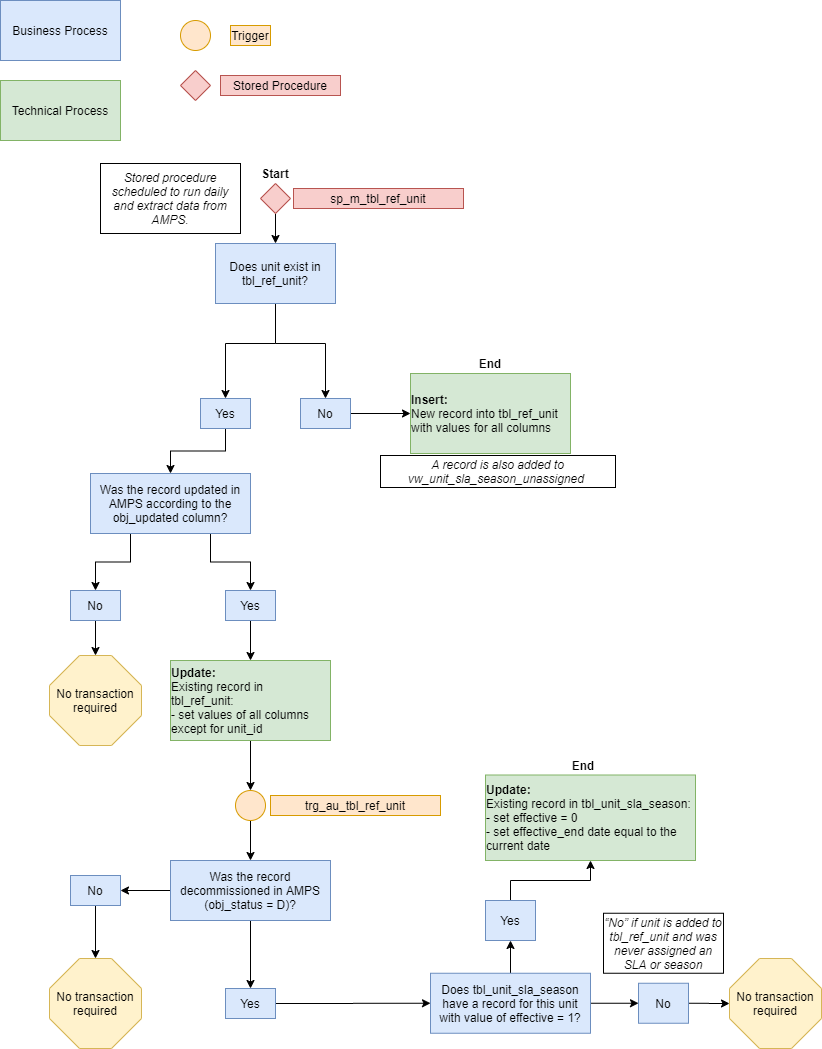
Before: images/diagram4.png, a diagram exported from draw.io (NYC-Parks/SLADB). Source tidied: cells renumbered, new cells last; positions are measured from the earlier drawing's top-left corner, leaving out a move shared by most shapes.
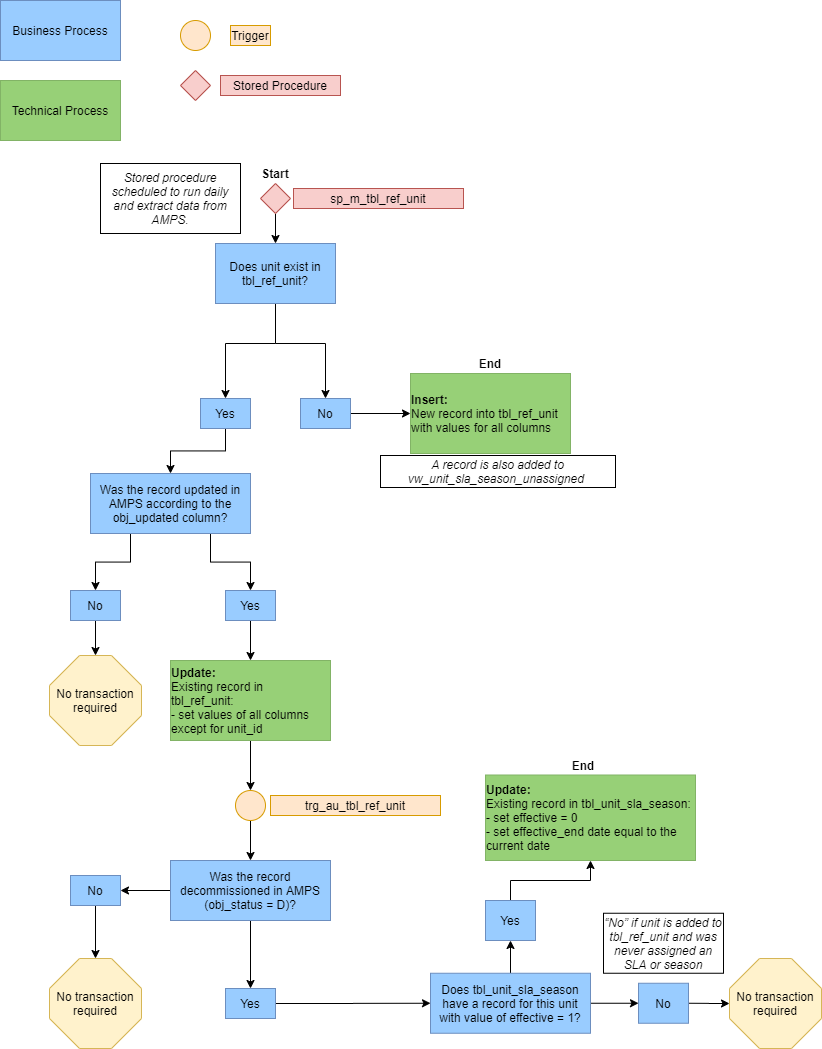
After the change.

Change to the diagram source:
```diff
@@ -8,13 +8,13 @@
     <mxCell id="3" style="edgeStyle=orthogonalEdgeStyle;rounded=0;jettySize=auto;html=1;exitX=0;exitY=0.5;exitDx=0;exitDy=0;entryX=1;entryY=0.5;entryDx=0;entryDy=0;" parent="1" edge="1" source="4" target="48">
       <mxGeometry relative="1" as="geometry" />
     </mxCell>
-    <mxCell id="4" value="Was the record decommissioned in AMPS (obj_status = D)?" style="rounded=0;whiteSpace=wrap;html=1;fontSize=12;glass=0;strokeWidth=1;shadow=0;fillColor=#dae8fc;strokeColor=#6c8ebf;" parent="1" vertex="1">
+    <mxCell id="4" value="Was the record decommissioned in AMPS (obj_status = D)?" style="rounded=0;whiteSpace=wrap;html=1;fontSize=12;glass=0;strokeWidth=1;shadow=0;fillColor=#99CCFF;strokeColor=#6c8ebf;" parent="1" vertex="1">
       <mxGeometry x="170" y="860" width="160" height="60" as="geometry" />
     </mxCell>
-    <mxCell id="5" value="Business Process" style="rounded=0;whiteSpace=wrap;html=1;fillColor=#dae8fc;strokeColor=#6c8ebf;" parent="1" vertex="1">
+    <mxCell id="5" value="Business Process" style="rounded=0;whiteSpace=wrap;html=1;fillColor=#99CCFF;strokeColor=#6c8ebf;" parent="1" vertex="1">
       <mxGeometry width="120" height="60" as="geometry" />
     </mxCell>
-    <mxCell id="6" value="Technical Process" style="rounded=0;whiteSpace=wrap;html=1;fillColor=#d5e8d4;strokeColor=#82b366;" parent="1" vertex="1">
+    <mxCell id="6" value="Technical Process" style="rounded=0;whiteSpace=wrap;html=1;fillColor=#97D077;strokeColor=#82b366;" parent="1" vertex="1">
       <mxGeometry y="80" width="120" height="60" as="geometry" />
     </mxCell>
     <mxCell id="7" style="ellipse;whiteSpace=wrap;html=1;fillColor=#ffe6cc;strokeColor=#d79b00;" parent="1" vertex="1">
@@ -37,13 +37,13 @@
     <mxCell id="12" style="edgeStyle=orthogonalEdgeStyle;rounded=0;jettySize=auto;html=1;exitX=0.5;exitY=1;exitDx=0;exitDy=0;entryX=0.5;entryY=0;entryDx=0;entryDy=0;" parent="1" edge="1" source="13" target="41">
       <mxGeometry relative="1" as="geometry" />
     </mxCell>
-    <mxCell id="13" value="Yes" style="rounded=0;whiteSpace=wrap;html=1;fillColor=#dae8fc;strokeColor=#6c8ebf;" parent="1" vertex="1">
+    <mxCell id="13" value="Yes" style="rounded=0;whiteSpace=wrap;html=1;fillColor=#99CCFF;strokeColor=#6c8ebf;" parent="1" vertex="1">
       <mxGeometry x="200" y="398" width="50" height="30" as="geometry" />
     </mxCell>
     <mxCell id="14" style="edgeStyle=orthogonalEdgeStyle;rounded=0;jettySize=auto;html=1;exitX=1;exitY=0.5;exitDx=0;exitDy=0;entryX=0;entryY=0.5;entryDx=0;entryDy=0;" parent="1" edge="1" source="15" target="36">
       <mxGeometry relative="1" as="geometry" />
     </mxCell>
-    <mxCell id="15" value="No" style="rounded=0;whiteSpace=wrap;html=1;fillColor=#dae8fc;strokeColor=#6c8ebf;" parent="1" vertex="1">
+    <mxCell id="15" value="No" style="rounded=0;whiteSpace=wrap;html=1;fillColor=#99CCFF;strokeColor=#6c8ebf;" parent="1" vertex="1">
       <mxGeometry x="300" y="398" width="50" height="30" as="geometry" />
     </mxCell>
     <mxCell id="16" style="edgeStyle=orthogonalEdgeStyle;rounded=0;jettySize=auto;html=1;entryX=0.5;entryY=0;entryDx=0;entryDy=0;exitX=0.5;exitY=1;exitDx=0;exitDy=0;" parent="1" edge="1" source="18" target="13">
@@ -57,7 +57,7 @@
     <mxCell id="17" value="trg_au_tbl_ref_unit" style="text;html=1;strokeColor=#d79b00;fillColor=#ffe6cc;align=center;verticalAlign=middle;whiteSpace=wrap;rounded=0;" parent="1" vertex="1">
       <mxGeometry x="270" y="795" width="170" height="20" as="geometry" />
     </mxCell>
-    <mxCell id="18" value="Does unit exist in tbl_ref_unit?" style="rounded=0;whiteSpace=wrap;html=1;fillColor=#dae8fc;strokeColor=#6c8ebf;" parent="1" vertex="1">
+    <mxCell id="18" value="Does unit exist in tbl_ref_unit?" style="rounded=0;whiteSpace=wrap;html=1;fillColor=#99CCFF;strokeColor=#6c8ebf;" parent="1" vertex="1">
       <mxGeometry x="215" y="243" width="120" height="60" as="geometry" />
     </mxCell>
     <mxCell id="19" style="edgeStyle=orthogonalEdgeStyle;rounded=0;jettySize=auto;html=1;" parent="1" edge="1" source="21" target="23">
@@ -66,25 +66,25 @@
     <mxCell id="20" style="edgeStyle=orthogonalEdgeStyle;rounded=0;jettySize=auto;html=1;exitX=1;exitY=0.5;exitDx=0;exitDy=0;entryX=0;entryY=0.5;entryDx=0;entryDy=0;" parent="1" edge="1" source="21" target="25">
       <mxGeometry relative="1" as="geometry" />
     </mxCell>
-    <mxCell id="21" value="Does tbl_unit_sla_season have a record for this unit with value of effective = 1?" style="rounded=0;whiteSpace=wrap;html=1;fillColor=#dae8fc;strokeColor=#6c8ebf;" parent="1" vertex="1">
+    <mxCell id="21" value="Does tbl_unit_sla_season have a record for this unit with value of effective = 1?" style="rounded=0;whiteSpace=wrap;html=1;fillColor=#99CCFF;strokeColor=#6c8ebf;" parent="1" vertex="1">
       <mxGeometry x="430" y="972.8" width="160" height="60" as="geometry" />
     </mxCell>
     <mxCell id="22" style="edgeStyle=orthogonalEdgeStyle;rounded=0;jettySize=auto;html=1;exitX=0.5;exitY=0;exitDx=0;exitDy=0;" parent="1" edge="1" source="23" target="27">
       <mxGeometry relative="1" as="geometry" />
     </mxCell>
-    <mxCell id="23" value="Yes" style="rounded=0;whiteSpace=wrap;html=1;fillColor=#dae8fc;strokeColor=#6c8ebf;" parent="1" vertex="1">
+    <mxCell id="23" value="Yes" style="rounded=0;whiteSpace=wrap;html=1;fillColor=#99CCFF;strokeColor=#6c8ebf;" parent="1" vertex="1">
       <mxGeometry x="485" y="900" width="50" height="40" as="geometry" />
     </mxCell>
     <mxCell id="24" style="edgeStyle=orthogonalEdgeStyle;rounded=0;jettySize=auto;html=1;exitX=1;exitY=0.5;exitDx=0;exitDy=0;entryX=0;entryY=0.5;entryDx=0;entryDy=0;entryPerimeter=0;" parent="1" edge="1" source="25" target="26">
       <mxGeometry relative="1" as="geometry" />
     </mxCell>
-    <mxCell id="25" value="No" style="rounded=0;whiteSpace=wrap;html=1;fillColor=#dae8fc;strokeColor=#6c8ebf;" parent="1" vertex="1">
+    <mxCell id="25" value="No" style="rounded=0;whiteSpace=wrap;html=1;fillColor=#99CCFF;strokeColor=#6c8ebf;" parent="1" vertex="1">
       <mxGeometry x="638" y="982.8" width="50" height="40" as="geometry" />
     </mxCell>
     <mxCell id="26" value="No transaction required" style="whiteSpace=wrap;html=1;shape=mxgraph.basic.octagon2;align=center;verticalAlign=middle;dx=15;fillColor=#fff2cc;strokeColor=#d6b656;" parent="1" vertex="1">
       <mxGeometry x="729" y="958" width="92" height="90" as="geometry" />
     </mxCell>
-    <mxCell id="27" value="&lt;div style=&quot;text-align: left&quot;&gt;&lt;b&gt;Update:&lt;/b&gt;&lt;/div&gt;&lt;div style=&quot;text-align: left&quot;&gt;Existing record in tbl_unit_sla_season:&lt;/div&gt;&lt;div style=&quot;text-align: left&quot;&gt;- set effective = 0&lt;/div&gt;&lt;div style=&quot;text-align: left&quot;&gt;- set effective_end date equal to the current date&lt;/div&gt;" style="rounded=0;whiteSpace=wrap;html=1;fillColor=#d5e8d4;strokeColor=#82b366;" parent="1" vertex="1">
+    <mxCell id="27" value="&lt;div style=&quot;text-align: left&quot;&gt;&lt;b&gt;Update:&lt;/b&gt;&lt;/div&gt;&lt;div style=&quot;text-align: left&quot;&gt;Existing record in tbl_unit_sla_season:&lt;/div&gt;&lt;div style=&quot;text-align: left&quot;&gt;- set effective = 0&lt;/div&gt;&lt;div style=&quot;text-align: left&quot;&gt;- set effective_end date equal to the current date&lt;/div&gt;" style="rounded=0;whiteSpace=wrap;html=1;fillColor=#97D077;strokeColor=#82b366;" parent="1" vertex="1">
       <mxGeometry x="485" y="774.5" width="210" height="85.5" as="geometry" />
     </mxCell>
     <mxCell id="28" value="&lt;span id=&quot;docs-internal-guid-cab402d8-7fff-18fc-b851-d093ed2a1515&quot;&gt;&lt;span style=&quot;font-family: &amp;#34;arial&amp;#34; ; background-color: transparent ; vertical-align: baseline&quot;&gt;&lt;font style=&quot;font-size: 12px&quot;&gt;&lt;i&gt;A record is also added to vw_unit_sla_season_unassigned&amp;nbsp;&lt;/i&gt;&lt;/font&gt;&lt;/span&gt;&lt;/span&gt;" style="rounded=0;whiteSpace=wrap;html=1;fillColor=none;" parent="1" vertex="1">
@@ -108,10 +108,10 @@
     <mxCell id="34" style="edgeStyle=orthogonalEdgeStyle;rounded=0;jettySize=auto;html=1;exitX=0.5;exitY=1;exitDx=0;exitDy=0;entryX=0.5;entryY=0;entryDx=0;entryDy=0;" parent="1" edge="1" source="35" target="38">
       <mxGeometry relative="1" as="geometry" />
     </mxCell>
-    <mxCell id="35" value="&lt;div style=&quot;text-align: left&quot;&gt;&lt;b&gt;Update:&lt;/b&gt;&lt;/div&gt;&lt;div style=&quot;text-align: left&quot;&gt;Existing record in tbl_ref_unit:&lt;/div&gt;&lt;div style=&quot;text-align: left&quot;&gt;- set values of all columns except for unit_id&lt;/div&gt;" style="rounded=0;whiteSpace=wrap;html=1;fillColor=#d5e8d4;strokeColor=#82b366;" parent="1" vertex="1">
+    <mxCell id="35" value="&lt;div style=&quot;text-align: left&quot;&gt;&lt;b&gt;Update:&lt;/b&gt;&lt;/div&gt;&lt;div style=&quot;text-align: left&quot;&gt;Existing record in tbl_ref_unit:&lt;/div&gt;&lt;div style=&quot;text-align: left&quot;&gt;- set values of all columns except for unit_id&lt;/div&gt;" style="rounded=0;whiteSpace=wrap;html=1;fillColor=#97D077;strokeColor=#82b366;" parent="1" vertex="1">
       <mxGeometry x="170" y="660" width="160" height="80" as="geometry" />
     </mxCell>
-    <mxCell id="36" value="&lt;div style=&quot;text-align: left&quot;&gt;&lt;b&gt;Insert:&lt;/b&gt;&lt;/div&gt;&lt;div style=&quot;text-align: left&quot;&gt;New record into tbl_ref_unit with values for all columns&lt;/div&gt;" style="rounded=0;whiteSpace=wrap;html=1;fillColor=#d5e8d4;strokeColor=#82b366;" parent="1" vertex="1">
+    <mxCell id="36" value="&lt;div style=&quot;text-align: left&quot;&gt;&lt;b&gt;Insert:&lt;/b&gt;&lt;/div&gt;&lt;div style=&quot;text-align: left&quot;&gt;New record into tbl_ref_unit with values for all columns&lt;/div&gt;" style="rounded=0;whiteSpace=wrap;html=1;fillColor=#97D077;strokeColor=#82b366;" parent="1" vertex="1">
       <mxGeometry x="410" y="373" width="160" height="80" as="geometry" />
     </mxCell>
     <mxCell id="37" style="edgeStyle=orthogonalEdgeStyle;rounded=0;jettySize=auto;html=1;exitX=0.5;exitY=1;exitDx=0;exitDy=0;entryX=0.5;entryY=0;entryDx=0;entryDy=0;" parent="1" edge="1" source="38" target="4">
@@ -126,19 +126,19 @@
     <mxCell id="40" style="edgeStyle=orthogonalEdgeStyle;rounded=0;jettySize=auto;html=1;exitX=0.25;exitY=1;exitDx=0;exitDy=0;entryX=0.5;entryY=0;entryDx=0;entryDy=0;" parent="1" edge="1" source="41" target="45">
       <mxGeometry relative="1" as="geometry" />
     </mxCell>
-    <mxCell id="41" value="Was the record updated in AMPS according to the obj_updated column?" style="rounded=0;whiteSpace=wrap;html=1;fillColor=#dae8fc;strokeColor=#6c8ebf;" parent="1" vertex="1">
+    <mxCell id="41" value="Was the record updated in AMPS according to the obj_updated column?" style="rounded=0;whiteSpace=wrap;html=1;fillColor=#99CCFF;strokeColor=#6c8ebf;" parent="1" vertex="1">
       <mxGeometry x="90" y="473" width="160" height="60" as="geometry" />
     </mxCell>
     <mxCell id="42" style="edgeStyle=orthogonalEdgeStyle;rounded=0;jettySize=auto;html=1;exitX=0.5;exitY=1;exitDx=0;exitDy=0;" parent="1" edge="1" source="43" target="35">
       <mxGeometry relative="1" as="geometry" />
     </mxCell>
-    <mxCell id="43" value="Yes" style="rounded=0;whiteSpace=wrap;html=1;fillColor=#dae8fc;strokeColor=#6c8ebf;" parent="1" vertex="1">
+    <mxCell id="43" value="Yes" style="rounded=0;whiteSpace=wrap;html=1;fillColor=#99CCFF;strokeColor=#6c8ebf;" parent="1" vertex="1">
       <mxGeometry x="225" y="590" width="50" height="30" as="geometry" />
     </mxCell>
     <mxCell id="44" style="edgeStyle=orthogonalEdgeStyle;rounded=0;jettySize=auto;html=1;exitX=0.5;exitY=1;exitDx=0;exitDy=0;entryX=0.5;entryY=0;entryDx=0;entryDy=0;entryPerimeter=0;" parent="1" edge="1" source="45" target="46">
       <mxGeometry relative="1" as="geometry" />
     </mxCell>
-    <mxCell id="45" value="No" style="rounded=0;whiteSpace=wrap;html=1;fillColor=#dae8fc;strokeColor=#6c8ebf;" parent="1" vertex="1">
+    <mxCell id="45" value="No" style="rounded=0;whiteSpace=wrap;html=1;fillColor=#99CCFF;strokeColor=#6c8ebf;" parent="1" vertex="1">
       <mxGeometry x="70" y="590" width="50" height="30" as="geometry" />
     </mxCell>
     <mxCell id="46" value="No transaction required" style="whiteSpace=wrap;html=1;shape=mxgraph.basic.octagon2;align=center;verticalAlign=middle;dx=15;fillColor=#fff2cc;strokeColor=#d6b656;" parent="1" vertex="1">
@@ -147,13 +147,13 @@
     <mxCell id="47" style="edgeStyle=orthogonalEdgeStyle;rounded=0;jettySize=auto;html=1;exitX=0.5;exitY=1;exitDx=0;exitDy=0;entryX=0.5;entryY=0;entryDx=0;entryDy=0;entryPerimeter=0;" parent="1" edge="1" source="48" target="51">
       <mxGeometry relative="1" as="geometry" />
     </mxCell>
-    <mxCell id="48" value="No" style="rounded=0;whiteSpace=wrap;html=1;fillColor=#dae8fc;strokeColor=#6c8ebf;" parent="1" vertex="1">
+    <mxCell id="48" value="No" style="rounded=0;whiteSpace=wrap;html=1;fillColor=#99CCFF;strokeColor=#6c8ebf;" parent="1" vertex="1">
       <mxGeometry x="70" y="875" width="50" height="30" as="geometry" />
     </mxCell>
     <mxCell id="49" style="edgeStyle=orthogonalEdgeStyle;rounded=0;jettySize=auto;html=1;exitX=1;exitY=0.5;exitDx=0;exitDy=0;entryX=0;entryY=0.5;entryDx=0;entryDy=0;" parent="1" edge="1" source="50" target="21">
       <mxGeometry relative="1" as="geometry" />
     </mxCell>
-    <mxCell id="50" value="Yes" style="rounded=0;whiteSpace=wrap;html=1;fillColor=#dae8fc;strokeColor=#6c8ebf;" parent="1" vertex="1">
+    <mxCell id="50" value="Yes" style="rounded=0;whiteSpace=wrap;html=1;fillColor=#99CCFF;strokeColor=#6c8ebf;" parent="1" vertex="1">
       <mxGeometry x="225" y="988" width="50" height="30" as="geometry" />
     </mxCell>
     <mxCell id="51" value="No transaction required" style="whiteSpace=wrap;html=1;shape=mxgraph.basic.octagon2;align=center;verticalAlign=middle;dx=15;fillColor=#fff2cc;strokeColor=#d6b656;" parent="1" vertex="1">
```
